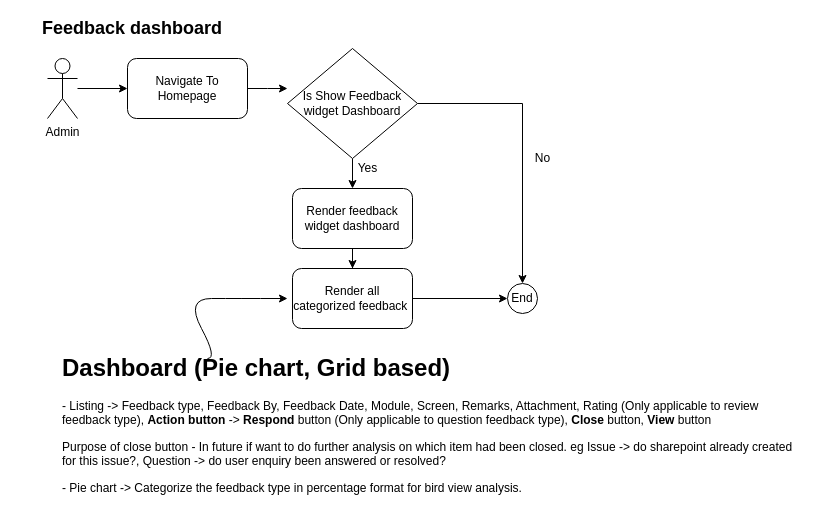
Earlier version of the draw.io diagram page "Feedback Dashboard" (10 of 17) of Untitled Diagram.drawio (Harbringer666/Harbringer). Source tidied: cells renumbered, new cells numbered last; positions are measured from the earlier drawing's top-left corner, leaving out a move shared by most shapes. Both pictures are drawn from the tidied source at 100%, with x=0, y=0 at pixel (17, 18).
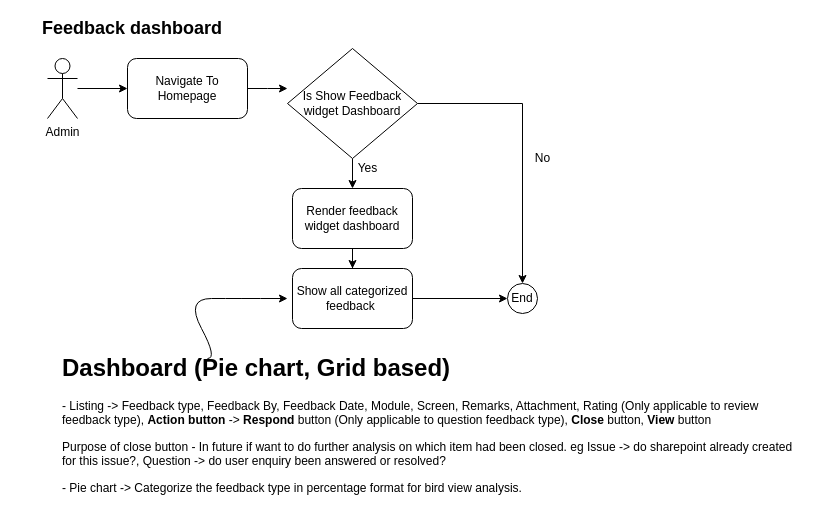
After the change.

Change to the diagram source:
```diff
@@
-    <mxCell id="13" value="Render all categorized feedback&amp;nbsp;" style="whiteSpace=wrap;html=1;rounded=1;" parent="1" vertex="1">
+    <mxCell id="13" value="Show all categorized feedback&amp;nbsp;" style="whiteSpace=wrap;html=1;rounded=1;" parent="1" vertex="1">
       <mxGeometry x="275" y="250" width="120" height="60" as="geometry" />
     </mxCell>
```
